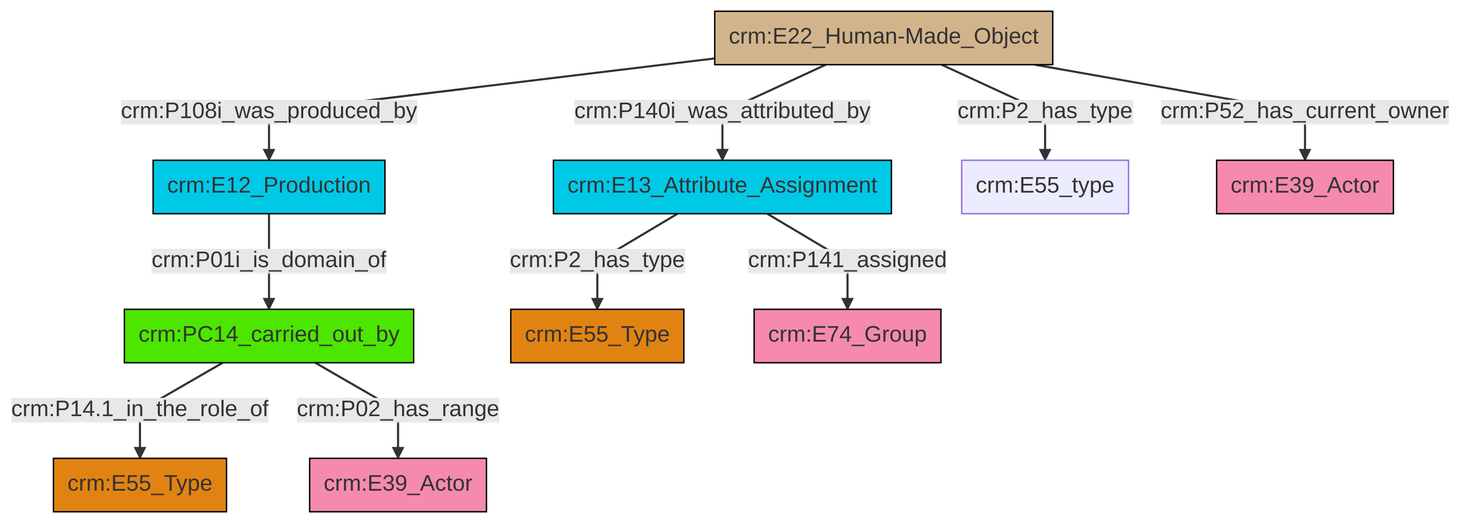
Before: et/builtWorkCSV/ttl/mmd/png/Built_Work_actor_relations.png, a diagram exported from Mermaid (swiss-art-research-net/reference-data-models). Its source is kept beside it as et/builtWorkCSV/ttl/mmd/Built_Work_actor_relations.ttl.mmd.
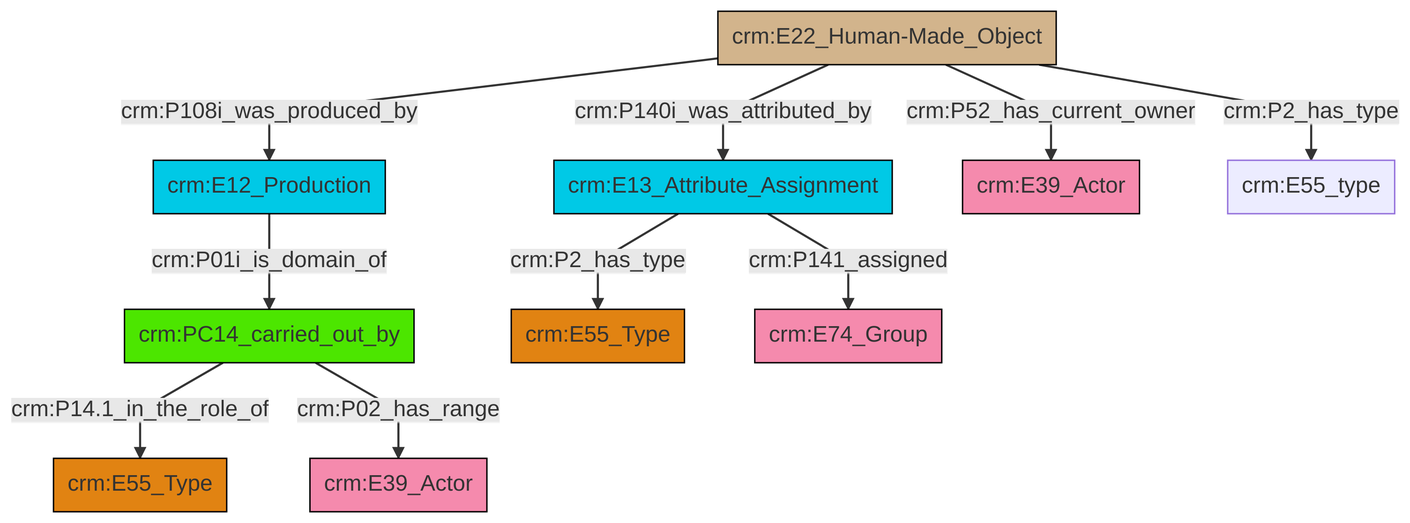
After the commit.

The edit, as a diff of the source:
```diff
@@ -13,12 +13,12 @@
 classDef PC_Classes fill:#4ce600, stroke:#000000;
 classDef Multi fill:#cccccc,stroke:#000000;
 
-0["crm:E22_Human-Made_Object"]:::Physical_Thing -->|crm:P140i_was_attributed_by| 1["crm:E13_Attribute_Assignment"]:::Temporal_Entity
-2["crm:E12_Production"]:::Temporal_Entity -->|crm:P01i_is_domain_of| 3["crm:PC14_carried_out_by"]:::PC_Classes
-1["crm:E13_Attribute_Assignment"]:::Temporal_Entity -->|crm:P141_assigned| 6["crm:E74_Group"]:::Actor
-0["crm:E22_Human-Made_Object"]:::Physical_Thing -->|crm:P108i_was_produced_by| 2["crm:E12_Production"]:::Temporal_Entity
-0["crm:E22_Human-Made_Object"]:::Physical_Thing -->|crm:P2_has_type| 9["crm:E55_type"]:::Default
-0["crm:E22_Human-Made_Object"]:::Physical_Thing -->|crm:P52_has_current_owner| 13["crm:E39_Actor"]:::Actor
-1["crm:E13_Attribute_Assignment"]:::Temporal_Entity -->|crm:P2_has_type| 4["crm:E55_Type"]:::Type
-3["crm:PC14_carried_out_by"]:::PC_Classes -->|crm:P14.1_in_the_role_of| 17["crm:E55_Type"]:::Type
-3["crm:PC14_carried_out_by"]:::PC_Classes -->|crm:P02_has_range| 11["crm:E39_Actor"]:::Actor
+4["crm:E22_Human-Made_Object"]:::Physical_Thing -->|crm:P108i_was_produced_by| 5["crm:E12_Production"]:::Temporal_Entity
+5["crm:E12_Production"]:::Temporal_Entity -->|crm:P01i_is_domain_of| 6["crm:PC14_carried_out_by"]:::PC_Classes
+4["crm:E22_Human-Made_Object"]:::Physical_Thing -->|crm:P140i_was_attributed_by| 14["crm:E13_Attribute_Assignment"]:::Temporal_Entity
+4["crm:E22_Human-Made_Object"]:::Physical_Thing -->|crm:P52_has_current_owner| 0["crm:E39_Actor"]:::Actor
+6["crm:PC14_carried_out_by"]:::PC_Classes -->|crm:P14.1_in_the_role_of| 18["crm:E55_Type"]:::Type
+14["crm:E13_Attribute_Assignment"]:::Temporal_Entity -->|crm:P2_has_type| 2["crm:E55_Type"]:::Type
+4["crm:E22_Human-Made_Object"]:::Physical_Thing -->|crm:P2_has_type| 7["crm:E55_type"]:::Default
+14["crm:E13_Attribute_Assignment"]:::Temporal_Entity -->|crm:P141_assigned| 9["crm:E74_Group"]:::Actor
+6["crm:PC14_carried_out_by"]:::PC_Classes -->|crm:P02_has_range| 11["crm:E39_Actor"]:::Actor
```
